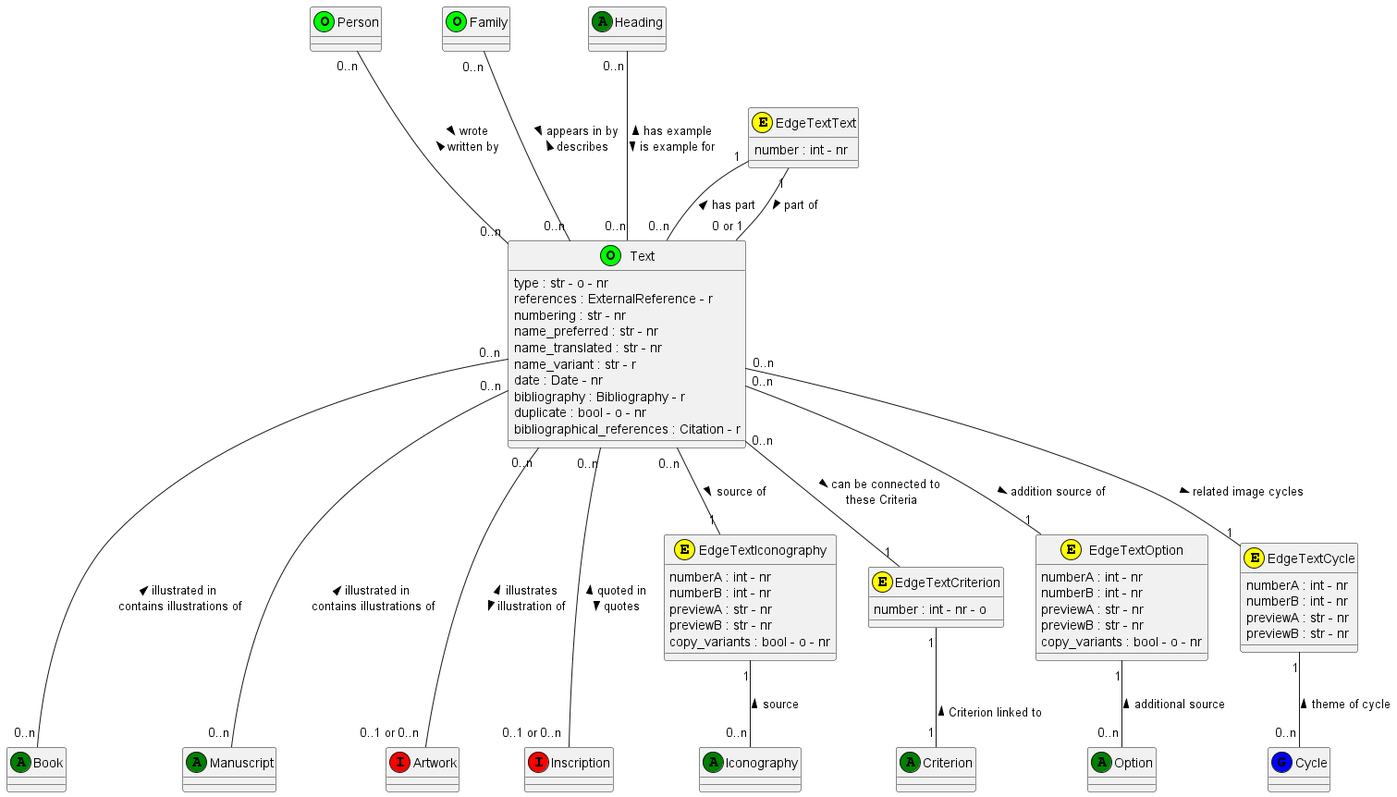
tmasch/bpf_be keeps this PlantUML diagram as documentation/class_diagrams/Text.png. Above is the earlier version.
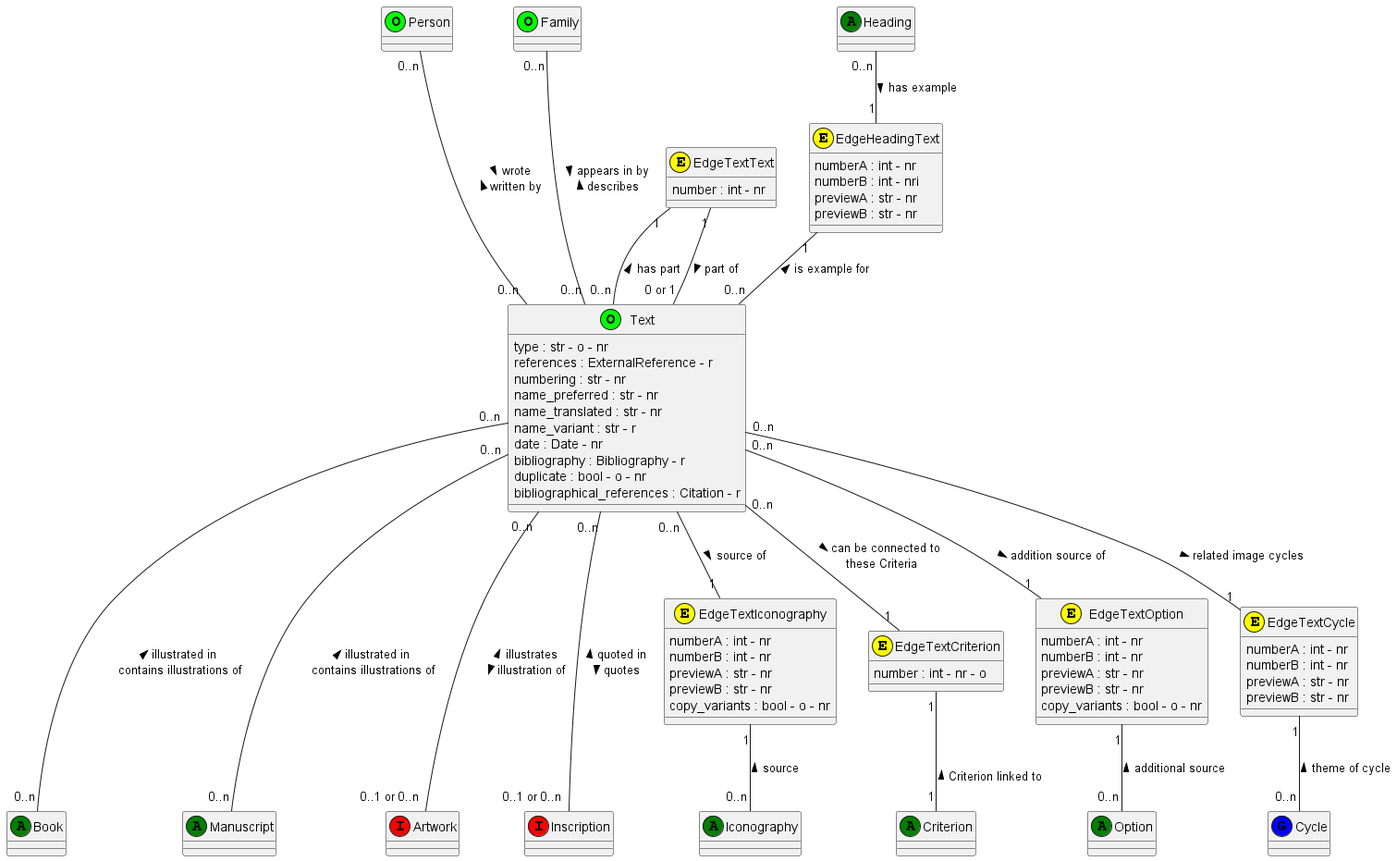
After the change.

The edit, as a diff of the source:
```diff
@@ -40,6 +40,12 @@
 class EdgeTextText <<(E,yellow)>>
 EdgeTextText : number : int - nr
 
+class EdgeHeadingText  <<(E,yellow)>>
+EdgeHeadingText : numberA : int - nr
+EdgeHeadingText : numberB : int - nri
+EdgeHeadingText : previewA : str - nr
+EdgeHeadingText : previewB : str - nr
+
 class EdgeTextIconography <<(E,yellow)>>
 EdgeTextIconography : numberA : int - nr
 EdgeTextIconography : numberB : int - nr
@@ -63,7 +69,8 @@
 EdgeTextCycle : previewA : str - nr
 EdgeTextCycle : previewB : str - nr
 
-
+Heading "0..n" -- "1" EdgeHeadingText : > has example
+EdgeHeadingText "1" -- "0..n" Text :  is example for <
 
 Person "0..n" --- "0..n" Text : > wrote \n written by <
 
@@ -71,7 +78,6 @@
 
 EdgeTextText "1" -- "0..n" Text : has part <
 EdgeTextText "1" -- "0 or 1" Text :  part of >
-
 
 Text "0..n" -- "1" EdgeTextIconography : source of >
 EdgeTextIconography "1" -- "0..n" Iconography : source <
@@ -85,7 +91,6 @@
 Text "0..n" -- "1" EdgeTextCycle : related image cycles >
 EdgeTextCycle "1" -- "0..n" Cycle : theme of cycle <
 
-Heading "0..n" --- "0..n" Text : < has example \n is example for >
 
 Text "0..n" --- "0..n" Manuscript: < illustrated in \n contains illustrations of
 
```
